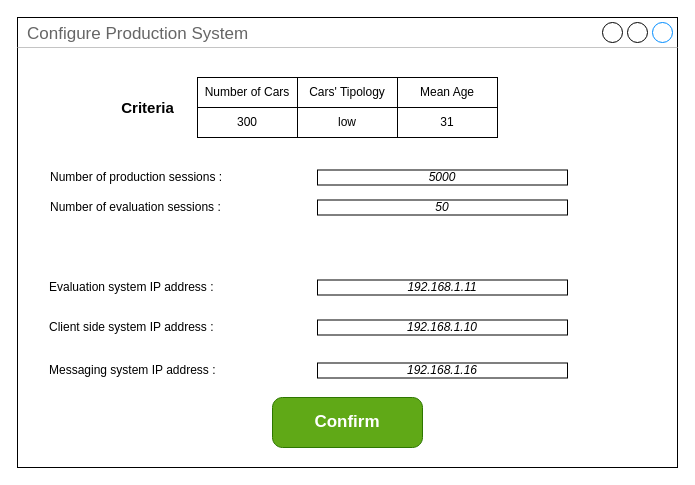
BaffoBello14/AutomaticDamagesRecognition keeps this draw.io diagram as configure/production system (JACO)/production_system.drawio. Above is the earlier version. Source tidied: cells renumbered, new cells numbered last; positions are measured from the earlier drawing's top-left corner, leaving out a move shared by most shapes. Both pictures are drawn from the tidied source at 100%, with x=0, y=0 at pixel (17, 17).
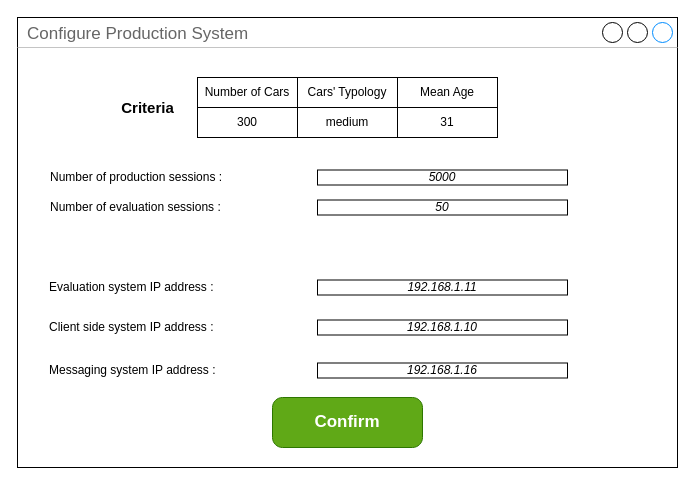
The same page after the edit.

Unchanged cells that the change refers to:
```xml
<mxCell id="14" style="group;" parent="1" vertex="1">
  <mxGeometry x="180" y="60" width="300" height="60" as="geometry" />
</mxCell>
```

The edit, as a diff of the source:
```diff
@@
-    <mxCell id="16" value="Cars' Tipology" style="whiteSpace=wrap;html=1;" parent="14" vertex="1">
+    <mxCell id="16" value="Cars' Typology" style="whiteSpace=wrap;html=1;" parent="14" vertex="1">
       <mxGeometry x="100" width="100" height="30" as="geometry" />
     </mxCell>
@@
-    <mxCell id="19" value="low" style="whiteSpace=wrap;html=1;" parent="14" vertex="1">
+    <mxCell id="19" value="medium" style="whiteSpace=wrap;html=1;" parent="14" vertex="1">
       <mxGeometry x="100" y="30" width="100" height="30" as="geometry" />
     </mxCell>
```
